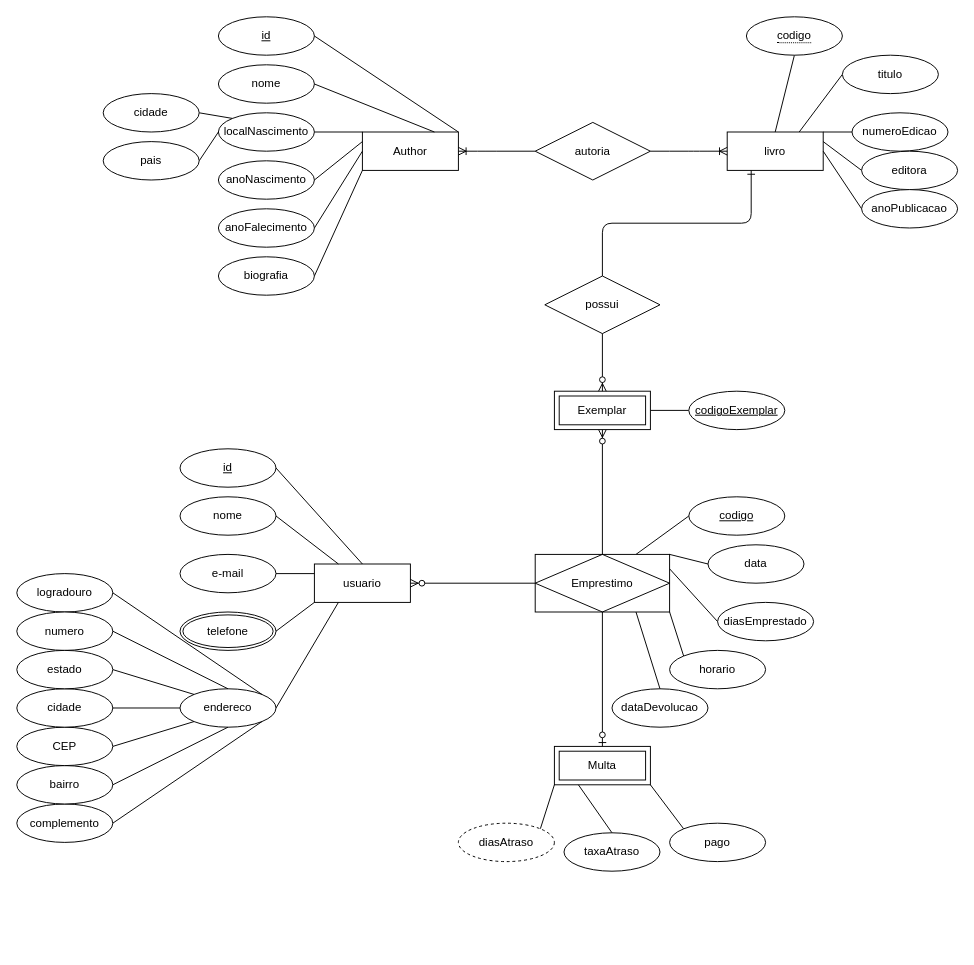
Earlier version of the draw.io diagram docs/DER.drawio (Numb4r/Biblioteca-BDA). Source tidied: cells renumbered, new cells numbered last; positions are measured from the earlier drawing's top-left corner, leaving out a move shared by most shapes. Both pictures are drawn from the tidied source at 96%, with x=0, y=0 at pixel (16, 16).
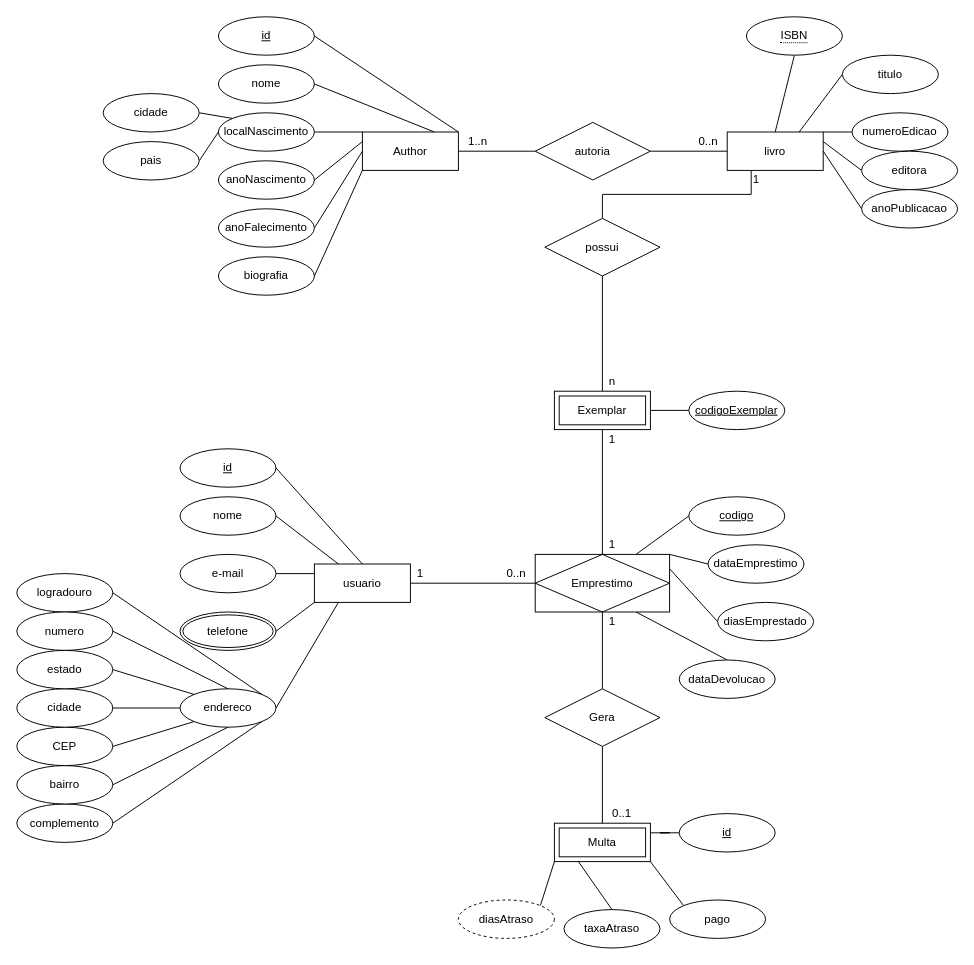
After the change.

Unchanged cells that the change refers to:
```xml
<mxCell id="2" value="Author" style="whiteSpace=wrap;html=1;align=center;" parent="1" vertex="1">
  <mxGeometry x="360" y="120" width="100" height="40" as="geometry" />
</mxCell>
<mxCell id="20" value="livro" style="whiteSpace=wrap;html=1;align=center;" parent="1" vertex="1">
  <mxGeometry x="740" y="120" width="100" height="40" as="geometry" />
</mxCell>
<mxCell id="32" value="usuario" style="whiteSpace=wrap;html=1;align=center;" parent="1" vertex="1">
  <mxGeometry x="310" y="570" width="100" height="40" as="geometry" />
</mxCell>
<mxCell id="74" value="Emprestimo" style="shape=associativeEntity;whiteSpace=wrap;html=1;align=center;" parent="1" vertex="1">
  <mxGeometry x="540" y="560" width="140" height="60" as="geometry" />
</mxCell>
<mxCell id="75" value="autoria" style="shape=rhombus;perimeter=rhombusPerimeter;whiteSpace=wrap;html=1;align=center;" parent="1" vertex="1">
  <mxGeometry x="540" y="110" width="120" height="60" as="geometry" />
</mxCell>
<mxCell id="83" value="Exemplar" style="shape=ext;margin=3;double=1;whiteSpace=wrap;html=1;align=center;" parent="1" vertex="1">
  <mxGeometry x="560" y="390" width="100" height="40" as="geometry" />
</mxCell>
```

Diff of the diagram source:
```diff
@@
+    <mxCell id="85" style="edgeStyle=orthogonalEdgeStyle;rounded=0;jettySize=auto;html=1;exitX=1;exitY=0.5;exitDx=0;exitDy=0;entryX=0;entryY=0.5;entryDx=0;entryDy=0;endArrow=none;endFill=0;" parent="1" edge="1" source="2" target="75">
+      <mxGeometry relative="1" as="geometry" />
+    </mxCell>
@@
+    <mxCell id="86" style="edgeStyle=orthogonalEdgeStyle;rounded=0;jettySize=auto;html=1;exitX=0.25;exitY=1;exitDx=0;exitDy=0;entryX=0.5;entryY=0;entryDx=0;entryDy=0;endArrow=none;endFill=0;" parent="1" edge="1" source="20" target="78">
+      <mxGeometry relative="1" as="geometry" />
+    </mxCell>
@@
-    <mxCell id="21" value="&lt;span style=&quot;border-bottom: 1px dotted&quot;&gt;codigo&lt;/span&gt;" style="ellipse;whiteSpace=wrap;html=1;align=center;" parent="1" vertex="1">
+    <mxCell id="21" value="&lt;span style=&quot;border-bottom: 1px dotted&quot;&gt;ISBN&lt;/span&gt;" style="ellipse;whiteSpace=wrap;html=1;align=center;" parent="1" vertex="1">
       <mxGeometry x="760" width="100" height="40" as="geometry" />
     </mxCell>
@@
+    <mxCell id="87" style="edgeStyle=orthogonalEdgeStyle;rounded=0;jettySize=auto;html=1;exitX=1;exitY=0.5;exitDx=0;exitDy=0;endArrow=none;endFill=0;" parent="1" edge="1" source="32" target="74">
+      <mxGeometry relative="1" as="geometry" />
+    </mxCell>
@@
-    <mxCell id="60" value="data" style="ellipse;whiteSpace=wrap;html=1;align=center;" parent="1" vertex="1">
+    <mxCell id="60" value="dataEmprestimo" style="ellipse;whiteSpace=wrap;html=1;align=center;" parent="1" vertex="1">
       <mxGeometry x="720" y="550" width="100" height="40" as="geometry" />
     </mxCell>
-    <mxCell id="61" style="edgeStyle=none;rounded=0;jettySize=auto;html=1;exitX=0;exitY=0;exitDx=0;exitDy=0;entryX=1;entryY=1;entryDx=0;entryDy=0;endArrow=none;endFill=0;" parent="1" edge="1" source="62" target="74">
-      <mxGeometry relative="1" as="geometry" />
-    </mxCell>
-    <mxCell id="62" value="horario" style="ellipse;whiteSpace=wrap;html=1;align=center;" parent="1" vertex="1">
-      <mxGeometry x="680" y="660" width="100" height="40" as="geometry" />
-    </mxCell>
@@
     <mxCell id="66" value="dataDevolucao" style="ellipse;whiteSpace=wrap;html=1;align=center;" parent="1" vertex="1">
-      <mxGeometry x="620" y="700" width="100" height="40" as="geometry" />
+      <mxGeometry x="690" y="670" width="100" height="40" as="geometry" />
     </mxCell>
     <mxCell id="67" value="Multa" style="shape=ext;margin=3;double=1;whiteSpace=wrap;html=1;align=center;" parent="1" vertex="1">
-      <mxGeometry x="560" y="760" width="100" height="40" as="geometry" />
+      <mxGeometry x="560" y="840" width="100" height="40" as="geometry" />
     </mxCell>
@@
     <mxCell id="69" value="diasAtraso" style="ellipse;whiteSpace=wrap;html=1;align=center;dashed=1;" parent="1" vertex="1">
-      <mxGeometry x="460" y="840" width="100" height="40" as="geometry" />
+      <mxGeometry x="460" y="920" width="100" height="40" as="geometry" />
     </mxCell>
@@
     <mxCell id="71" value="taxaAtraso" style="ellipse;whiteSpace=wrap;html=1;align=center;" parent="1" vertex="1">
-      <mxGeometry x="570" y="850" width="100" height="40" as="geometry" />
+      <mxGeometry x="570" y="930" width="100" height="40" as="geometry" />
     </mxCell>
@@
     <mxCell id="73" value="pago" style="ellipse;whiteSpace=wrap;html=1;align=center;" parent="1" vertex="1">
-      <mxGeometry x="680" y="840" width="100" height="40" as="geometry" />
+      <mxGeometry x="680" y="920" width="100" height="40" as="geometry" />
     </mxCell>
+    <mxCell id="88" style="edgeStyle=orthogonalEdgeStyle;rounded=0;jettySize=auto;html=1;exitX=0.5;exitY=0;exitDx=0;exitDy=0;endArrow=none;endFill=0;" parent="1" edge="1" source="74" target="83">
+      <mxGeometry relative="1" as="geometry" />
+    </mxCell>
@@
+    <mxCell id="77" style="edgeStyle=orthogonalEdgeStyle;rounded=0;jettySize=auto;html=1;exitX=1;exitY=0.5;exitDx=0;exitDy=0;entryX=0;entryY=0.5;entryDx=0;entryDy=0;endArrow=none;endFill=0;" parent="1" edge="1" source="75" target="20">
+      <mxGeometry relative="1" as="geometry" />
+    </mxCell>
@@
-    <mxCell id="76" style="edgeStyle=entityRelationEdgeStyle;fontSize=12;html=1;endArrow=ERoneToMany;entryX=1;entryY=0.5;entryDx=0;entryDy=0;exitX=0;exitY=0.5;exitDx=0;exitDy=0;" parent="1" edge="1" source="75" target="2">
-      <mxGeometry relative="1" as="geometry" />
-    </mxCell>
-    <mxCell id="77" style="edgeStyle=entityRelationEdgeStyle;fontSize=12;html=1;endArrow=ERoneToMany;entryX=0;entryY=0.5;entryDx=0;entryDy=0;exitX=1;exitY=0.5;exitDx=0;exitDy=0;" parent="1" edge="1" source="75" target="20">
-      <mxGeometry relative="1" as="geometry" />
-    </mxCell>
+    <mxCell id="84" style="edgeStyle=orthogonalEdgeStyle;rounded=0;jettySize=auto;html=1;exitX=0.5;exitY=1;exitDx=0;exitDy=0;endArrow=none;endFill=0;" parent="1" edge="1" source="78" target="83">
+      <mxGeometry relative="1" as="geometry" />
+    </mxCell>
     <mxCell id="78" value="possui" style="shape=rhombus;perimeter=rhombusPerimeter;whiteSpace=wrap;html=1;align=center;" parent="1" vertex="1">
-      <mxGeometry x="550" y="270" width="120" height="60" as="geometry" />
+      <mxGeometry x="550" y="210" width="120" height="60" as="geometry" />
     </mxCell>
-    <mxCell id="79" style="fontSize=12;html=1;endArrow=ERone;endFill=1;exitX=0.5;exitY=0;exitDx=0;exitDy=0;entryX=0.25;entryY=1;entryDx=0;entryDy=0;edgeStyle=orthogonalEdgeStyle;" parent="1" edge="1" source="78" target="20">
-      <mxGeometry relative="1" as="geometry" />
-    </mxCell>
-    <mxCell id="80" style="fontSize=12;html=1;endArrow=ERzeroToMany;endFill=1;exitX=0.5;exitY=0;exitDx=0;exitDy=0;entryX=0.5;entryY=1;entryDx=0;entryDy=0;" parent="1" edge="1" source="74">
-      <mxGeometry relative="1" as="geometry">
-        <mxPoint x="610" y="430" as="targetPoint" />
-      </mxGeometry>
-    </mxCell>
-    <mxCell id="81" style="fontSize=12;html=1;endArrow=ERzeroToMany;endFill=1;exitX=0;exitY=0.5;exitDx=0;exitDy=0;entryX=1;entryY=0.5;entryDx=0;entryDy=0;" parent="1" edge="1" source="74" target="32">
-      <mxGeometry relative="1" as="geometry" />
-    </mxCell>
-    <mxCell id="82" style="fontSize=12;html=1;endArrow=ERzeroToOne;endFill=1;exitX=0.5;exitY=1;exitDx=0;exitDy=0;entryX=0.5;entryY=0;entryDx=0;entryDy=0;" parent="1" edge="1" source="74" target="67">
-      <mxGeometry relative="1" as="geometry" />
-    </mxCell>
@@
-    <mxCell id="84" style="fontSize=12;html=1;endArrow=ERzeroToMany;endFill=1;exitX=0.5;exitY=1;exitDx=0;exitDy=0;entryX=0.5;entryY=0;entryDx=0;entryDy=0;edgeStyle=orthogonalEdgeStyle;" parent="1" edge="1" source="78" target="83">
-      <mxGeometry relative="1" as="geometry" />
-    </mxCell>
+    <mxCell id="89" value="1" style="text;html=1;align=center;verticalAlign=middle;strokeColor=none;" parent="1" vertex="1">
+      <mxGeometry x="410" y="570" width="20" height="20" as="geometry" />
+    </mxCell>
+    <mxCell id="90" value="0..n" style="text;html=1;align=center;verticalAlign=middle;strokeColor=none;" parent="1" vertex="1">
+      <mxGeometry x="500" y="570" width="40" height="20" as="geometry" />
+    </mxCell>
+    <mxCell id="91" value="1..n" style="text;html=1;align=center;verticalAlign=middle;strokeColor=none;" parent="1" vertex="1">
+      <mxGeometry x="460" y="120" width="40" height="20" as="geometry" />
+    </mxCell>
+    <mxCell id="92" value="0..n" style="text;html=1;align=center;verticalAlign=middle;strokeColor=none;" parent="1" vertex="1">
+      <mxGeometry x="700" y="120" width="40" height="20" as="geometry" />
+    </mxCell>
+    <mxCell id="93" value="1" style="text;html=1;align=center;verticalAlign=middle;strokeColor=none;" parent="1" vertex="1">
+      <mxGeometry x="760" y="160" width="20" height="20" as="geometry" />
+    </mxCell>
+    <mxCell id="94" value="n" style="text;html=1;align=center;verticalAlign=middle;strokeColor=none;" parent="1" vertex="1">
+      <mxGeometry x="610" y="370" width="20" height="20" as="geometry" />
+    </mxCell>
+    <mxCell id="95" value="1" style="text;html=1;align=center;verticalAlign=middle;strokeColor=none;" parent="1" vertex="1">
+      <mxGeometry x="610" y="430" width="20" height="20" as="geometry" />
+    </mxCell>
+    <mxCell id="96" value="1" style="text;html=1;align=center;verticalAlign=middle;strokeColor=none;" parent="1" vertex="1">
+      <mxGeometry x="610" y="540" width="20" height="20" as="geometry" />
+    </mxCell>
+    <mxCell id="97" value="1" style="text;html=1;align=center;verticalAlign=middle;strokeColor=none;" parent="1" vertex="1">
+      <mxGeometry x="610" y="620" width="20" height="20" as="geometry" />
+    </mxCell>
+    <mxCell id="98" value="0..1" style="text;html=1;align=center;verticalAlign=middle;strokeColor=none;" parent="1" vertex="1">
+      <mxGeometry x="610" y="820" width="40" height="20" as="geometry" />
+    </mxCell>
+    <mxCell id="99" style="edgeStyle=orthogonalEdgeStyle;rounded=0;jettySize=auto;html=1;exitX=0.5;exitY=1;exitDx=0;exitDy=0;endArrow=none;endFill=0;" parent="1" edge="1" source="101" target="67">
+      <mxGeometry relative="1" as="geometry" />
+    </mxCell>
+    <mxCell id="100" style="edgeStyle=orthogonalEdgeStyle;rounded=0;jettySize=auto;html=1;endArrow=none;endFill=0;" parent="1" edge="1" source="101" target="74">
+      <mxGeometry relative="1" as="geometry" />
+    </mxCell>
+    <mxCell id="101" value="Gera" style="shape=rhombus;perimeter=rhombusPerimeter;whiteSpace=wrap;html=1;align=center;" parent="1" vertex="1">
+      <mxGeometry x="550" y="700" width="120" height="60" as="geometry" />
+    </mxCell>
+    <mxCell id="102" style="edgeStyle=orthogonalEdgeStyle;rounded=0;jettySize=auto;html=1;entryX=1;entryY=0.25;entryDx=0;entryDy=0;endArrow=none;endFill=0;" parent="1" edge="1" source="103" target="67">
+      <mxGeometry relative="1" as="geometry" />
+    </mxCell>
+    <mxCell id="103" value="id" style="ellipse;whiteSpace=wrap;html=1;align=center;fontStyle=4;" parent="1" vertex="1">
+      <mxGeometry x="690" y="830" width="100" height="40" as="geometry" />
+    </mxCell>
```
